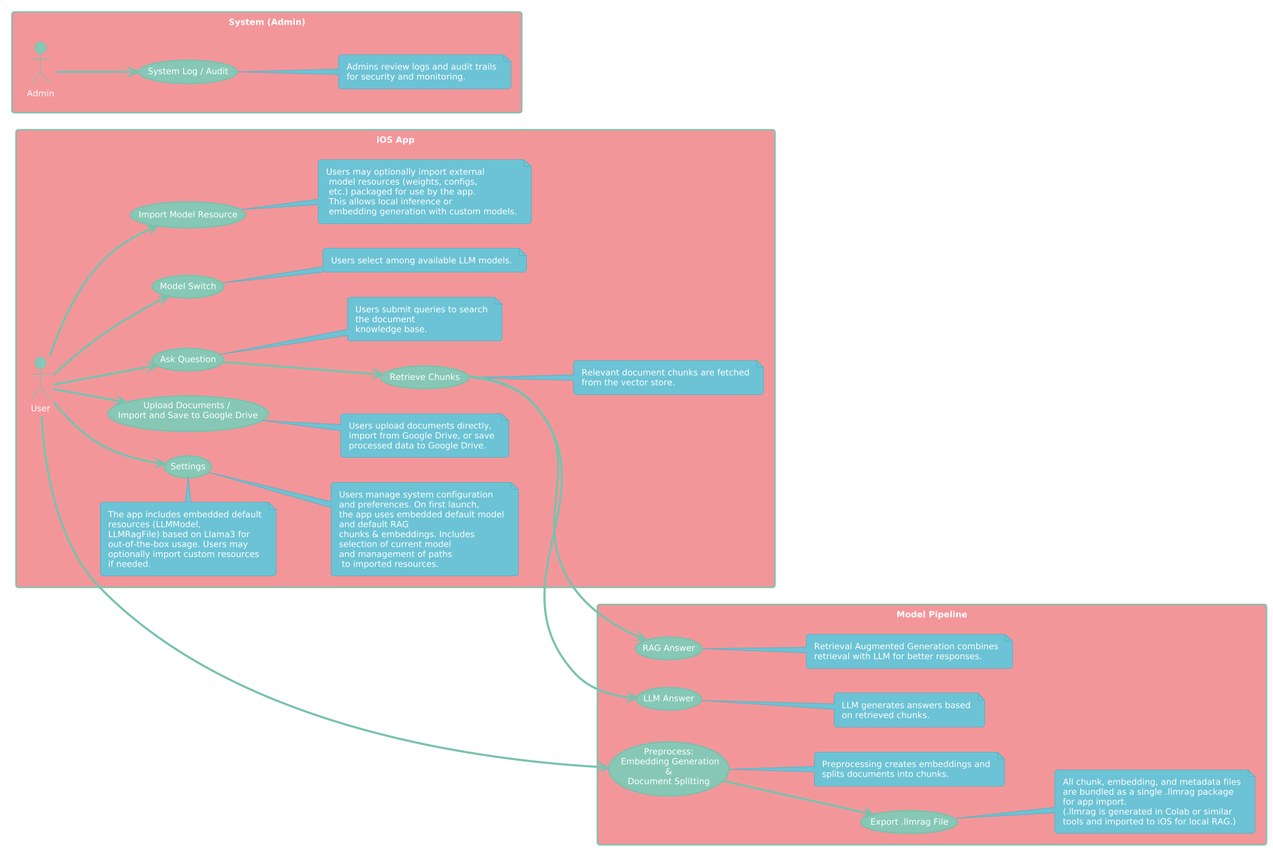
The PlantUML diagram docs/assets/UseCaseDiagram.png in raskolnikoff/RAGfish, before a commit.
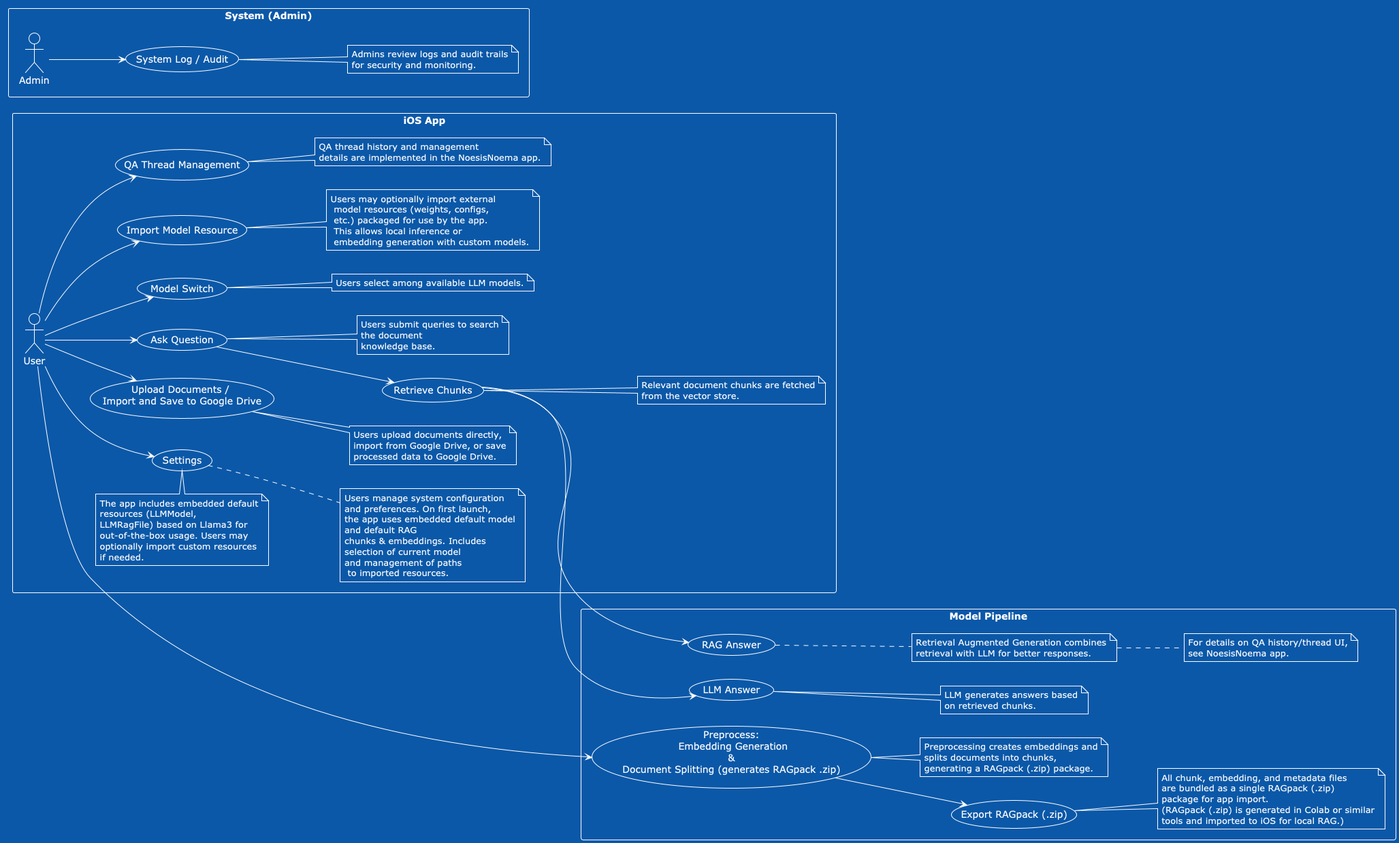
Above is the later version.

What changed in the source:
```diff
@@ -1,6 +1,6 @@
 @startuml
 
-!theme minty
+!theme amiga
 
 
 left to right direction
@@ -16,6 +16,7 @@
   usecase "Settings"
   usecase "Retrieve Chunks"
   usecase "Import Model Resource"
+  usecase "QA Thread Management"
 
   note top of (Settings)
     The app includes embedded default
@@ -65,24 +66,30 @@
      This allows local inference or
      embedding generation with custom models.
   end note
+
+  note right of (QA Thread Management)
+    QA thread history and management
+    details are implemented in the NoesisNoema app.
+  end note
 }
 
 rectangle "Model Pipeline" {
-  usecase "Preprocess:\n Embedding Generation\n & \nDocument Splitting" as UC2
-  usecase "Export .llmrag File" as UC3
+  usecase "Preprocess:\n Embedding Generation\n & \nDocument Splitting (generates RAGpack .zip)" as UC2
+  usecase "Export RAGpack (.zip)" as UC3
   usecase "LLM Answer"
   usecase "RAG Answer"
 
   note right of UC2
     Preprocessing creates embeddings and
-    splits documents into chunks.
+    splits documents into chunks,
+    generating a RAGpack (.zip) package.
   end note
 
   note right of UC3
     All chunk, embedding, and metadata files
-    are bundled as a single .llmrag package
-    for app import.
-    (.llmrag is generated in Colab or similar
+    are bundled as a single RAGpack (.zip)
+    package for app import.
+    (RAGpack (.zip) is generated in Colab or similar
     tools and imported to iOS for local RAG.)
   end note
 
@@ -94,6 +101,11 @@
   note right of (RAG Answer)
     Retrieval Augmented Generation combines
     retrieval with LLM for better responses.
+  end note
+
+  note right
+    For details on QA history/thread UI,
+    see NoesisNoema app.
   end note
 }
 
@@ -117,6 +129,8 @@
 User --> (Model Switch)
 User --> (Settings)
 User --> (Import Model Resource)
+User --> (QA Thread Management)
 
 Admin --> (System Log / Audit)
+
 @enduml
```
